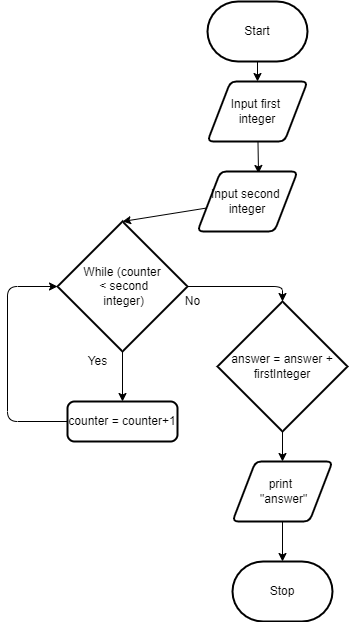
marshall-demars/ICS20-Unit5-06-JS keeps this draw.io diagram as design/flowchart.png. Above is the earlier version. Source tidied: cells renumbered, new cells last; positions are measured from the earlier drawing's top-left corner, leaving out a move shared by most shapes.
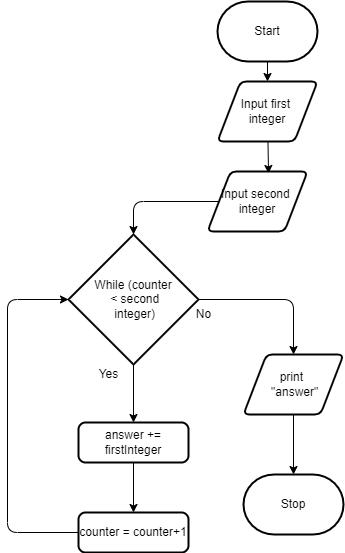
The same file after the commit.

What changed in the source:
```diff
@@ -14,52 +14,52 @@
     <mxCell id="5" value="Input first&amp;nbsp;&lt;br&gt;integer" style="shape=parallelogram;html=1;strokeWidth=2;perimeter=parallelogramPerimeter;whiteSpace=wrap;rounded=1;arcSize=12;size=0.23;" parent="1" vertex="1">
       <mxGeometry x="200" y="80" width="100" height="60" as="geometry" />
     </mxCell>
-    <mxCell id="6" style="edgeStyle=none;html=1;entryX=0.5;entryY=0;entryDx=0;entryDy=0;entryPerimeter=0;" parent="1" edge="1" source="7" target="10">
+    <mxCell id="6" style="edgeStyle=orthogonalEdgeStyle;html=1;entryX=0.5;entryY=0;entryDx=0;entryDy=0;entryPerimeter=0;" parent="1" edge="1" source="7" target="10">
       <mxGeometry relative="1" as="geometry" />
     </mxCell>
     <mxCell id="7" value="Input second&amp;nbsp;&lt;br&gt;integer" style="shape=parallelogram;html=1;strokeWidth=2;perimeter=parallelogramPerimeter;whiteSpace=wrap;rounded=1;arcSize=12;size=0.23;" parent="1" vertex="1">
       <mxGeometry x="190" y="170" width="100" height="60" as="geometry" />
     </mxCell>
-    <mxCell id="8" style="edgeStyle=none;html=1;entryX=0.5;entryY=0;entryDx=0;entryDy=0;" parent="1" edge="1" source="10" target="12">
-      <mxGeometry relative="1" as="geometry" />
-    </mxCell>
-    <mxCell id="9" style="edgeStyle=orthogonalEdgeStyle;html=1;entryX=0.5;entryY=0;entryDx=0;entryDy=0;entryPerimeter=0;" parent="1" edge="1" source="10" target="16">
-      <mxGeometry relative="1" as="geometry" />
-    </mxCell>
+    <mxCell id="20" style="edgeStyle=orthogonalEdgeStyle;html=1;entryX=0.5;entryY=0;entryDx=0;entryDy=0;" parent="1" edge="1" source="10" target="18">
+      <mxGeometry relative="1" as="geometry" />
+    </mxCell>
+    <mxCell id="21" style="edgeStyle=orthogonalEdgeStyle;html=1;" parent="1" edge="1" source="10" target="23">
+      <mxGeometry relative="1" as="geometry" />
+    </mxCell>
     <mxCell id="10" value="While (counter&lt;br&gt;&amp;nbsp;&amp;lt; second&lt;br&gt;&amp;nbsp;integer)" style="strokeWidth=2;html=1;shape=mxgraph.flowchart.decision;whiteSpace=wrap;" parent="1" vertex="1">
-      <mxGeometry x="50" y="220" width="130" height="130" as="geometry" />
+      <mxGeometry x="51" y="233" width="130" height="130" as="geometry" />
     </mxCell>
     <mxCell id="11" style="edgeStyle=orthogonalEdgeStyle;html=1;entryX=0;entryY=0.5;entryDx=0;entryDy=0;entryPerimeter=0;" parent="1" edge="1" source="12" target="10">
       <mxGeometry relative="1" as="geometry">
         <Array as="points">
-          <mxPoint y="420" />
-          <mxPoint y="285" />
+          <mxPoint x="-10" y="531" />
+          <mxPoint x="-10" y="298" />
         </Array>
       </mxGeometry>
     </mxCell>
     <mxCell id="12" value="counter = counter+1" style="rounded=1;whiteSpace=wrap;html=1;absoluteArcSize=1;arcSize=14;strokeWidth=2;" parent="1" vertex="1">
-      <mxGeometry x="60" y="400" width="110" height="40" as="geometry" />
+      <mxGeometry x="61" y="511" width="110" height="40" as="geometry" />
     </mxCell>
     <mxCell id="13" value="Yes" style="text;html=1;align=center;verticalAlign=middle;strokeColor=none;fillColor=none;" parent="1" vertex="1">
-      <mxGeometry x="70" y="350" width="40" height="20" as="geometry" />
+      <mxGeometry x="71" y="363" width="40" height="20" as="geometry" />
     </mxCell>
     <mxCell id="14" value="No" style="text;html=1;align=center;verticalAlign=middle;strokeColor=none;fillColor=none;" parent="1" vertex="1">
-      <mxGeometry x="170" y="290" width="30" height="20" as="geometry" />
+      <mxGeometry x="171" y="303" width="30" height="20" as="geometry" />
     </mxCell>
-    <mxCell id="15" style="edgeStyle=orthogonalEdgeStyle;html=1;entryX=0.5;entryY=0;entryDx=0;entryDy=0;" parent="1" edge="1" source="16" target="18">
-      <mxGeometry relative="1" as="geometry" />
-    </mxCell>
-    <mxCell id="16" value="answer = answer + firstInteger" style="strokeWidth=2;html=1;shape=mxgraph.flowchart.decision;whiteSpace=wrap;" parent="1" vertex="1">
-      <mxGeometry x="210" y="300" width="130" height="130" as="geometry" />
-    </mxCell>
     <mxCell id="17" style="edgeStyle=orthogonalEdgeStyle;html=1;entryX=0.5;entryY=0;entryDx=0;entryDy=0;entryPerimeter=0;" parent="1" edge="1" source="18" target="19">
       <mxGeometry relative="1" as="geometry" />
     </mxCell>
     <mxCell id="18" value="print&amp;nbsp;&lt;br&gt;&amp;nbsp;&quot;answer&quot;" style="shape=parallelogram;html=1;strokeWidth=2;perimeter=parallelogramPerimeter;whiteSpace=wrap;rounded=1;arcSize=12;size=0.23;" parent="1" vertex="1">
-      <mxGeometry x="225" y="460" width="100" height="60" as="geometry" />
+      <mxGeometry x="226" y="353" width="100" height="60" as="geometry" />
     </mxCell>
     <mxCell id="19" value="Stop" style="strokeWidth=2;html=1;shape=mxgraph.flowchart.terminator;whiteSpace=wrap;" parent="1" vertex="1">
-      <mxGeometry x="225" y="560" width="100" height="60" as="geometry" />
+      <mxGeometry x="226" y="473" width="100" height="60" as="geometry" />
     </mxCell>
+    <mxCell id="22" style="edgeStyle=orthogonalEdgeStyle;html=1;" parent="1" edge="1" source="23" target="12">
+      <mxGeometry relative="1" as="geometry" />
+    </mxCell>
+    <mxCell id="23" value="answer += firstInteger" style="rounded=1;whiteSpace=wrap;html=1;absoluteArcSize=1;arcSize=14;strokeWidth=2;" parent="1" vertex="1">
+      <mxGeometry x="61" y="421" width="110" height="40" as="geometry" />
+    </mxCell>
   </root>
 </mxGraphModel>
```
